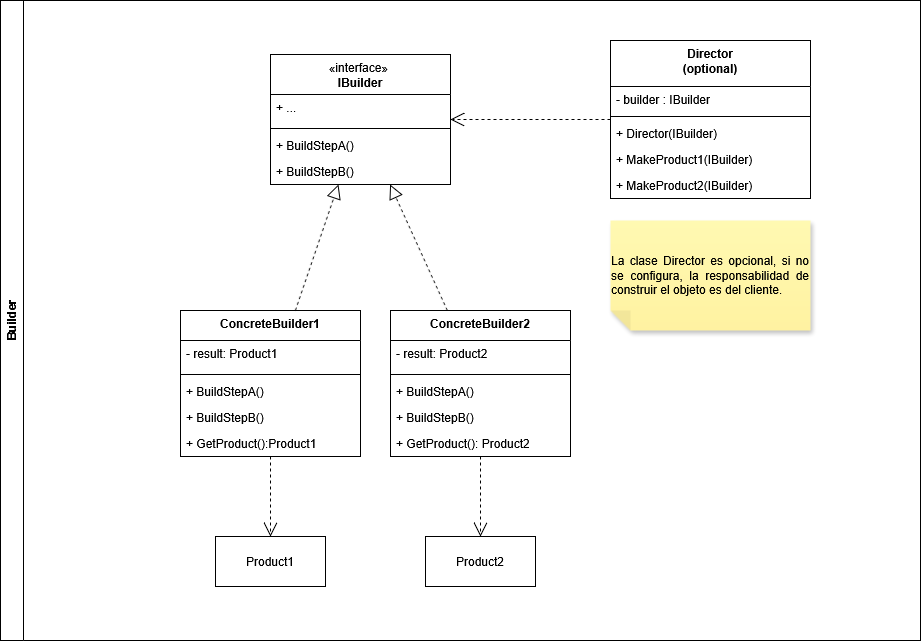
Above: creationals/resources/builder_components.drawio.png in devgalop/design-patterns-csharp (draw.io), before the change. Source tidied: cells renumbered, new cells last; positions are measured from the earlier drawing's top-left corner, leaving out a move shared by most shapes. Its diagram source:
```xml
<mxGraphModel>
  <root>
    <mxCell id="0" />
    <mxCell id="1" parent="0" />
    <mxCell id="2" value="Builder" style="swimlane;horizontal=0;whiteSpace=wrap;html=1;" parent="1" vertex="1">
      <mxGeometry width="920" height="640" as="geometry" />
    </mxCell>
    <mxCell id="3" value="Director&lt;br&gt;(optional)" style="swimlane;fontStyle=1;align=center;verticalAlign=top;horizontal=1;startSize=46;whiteSpace=wrap;html=1;" parent="2" vertex="1">
      <mxGeometry x="610" y="40" width="200" height="158" as="geometry" />
    </mxCell>
    <mxCell id="4" value="- builder : IBuilder" style="text;strokeColor=none;fillColor=none;align=left;verticalAlign=top;spacingLeft=4;spacingRight=4;overflow=hidden;whiteSpace=wrap;html=1;" parent="3" vertex="1">
      <mxGeometry y="46" width="200" height="26" as="geometry" />
    </mxCell>
    <mxCell id="5" style="line;strokeWidth=1;fillColor=none;align=left;verticalAlign=middle;spacingTop=-1;spacingLeft=3;spacingRight=3;labelPosition=right;strokeColor=inherit;" parent="3" vertex="1">
      <mxGeometry y="72" width="200" height="8" as="geometry" />
    </mxCell>
    <mxCell id="6" value="+ Director(IBuilder)" style="text;strokeColor=none;fillColor=none;align=left;verticalAlign=top;spacingLeft=4;spacingRight=4;overflow=hidden;whiteSpace=wrap;html=1;" parent="3" vertex="1">
      <mxGeometry y="80" width="200" height="26" as="geometry" />
    </mxCell>
    <mxCell id="7" value="+ MakeProduct1(IBuilder)" style="text;strokeColor=none;fillColor=none;align=left;verticalAlign=top;spacingLeft=4;spacingRight=4;overflow=hidden;whiteSpace=wrap;html=1;" parent="3" vertex="1">
      <mxGeometry y="106" width="200" height="26" as="geometry" />
    </mxCell>
    <mxCell id="8" value="+ MakeProduct2(IBuilder)" style="text;strokeColor=none;fillColor=none;align=left;verticalAlign=top;spacingLeft=4;spacingRight=4;overflow=hidden;whiteSpace=wrap;html=1;" parent="3" vertex="1">
      <mxGeometry y="132" width="200" height="26" as="geometry" />
    </mxCell>
    <mxCell id="9" value="ConcreteBuilder1" style="swimlane;fontStyle=1;align=center;verticalAlign=top;horizontal=1;startSize=30;whiteSpace=wrap;html=1;" parent="2" vertex="1">
      <mxGeometry x="180" y="310" width="180" height="146" as="geometry" />
    </mxCell>
    <mxCell id="10" value="- result: Product1" style="text;strokeColor=none;fillColor=none;align=left;verticalAlign=top;spacingLeft=4;spacingRight=4;overflow=hidden;whiteSpace=wrap;html=1;" parent="9" vertex="1">
      <mxGeometry y="30" width="180" height="30" as="geometry" />
    </mxCell>
    <mxCell id="11" style="line;strokeWidth=1;fillColor=none;align=left;verticalAlign=middle;spacingTop=-1;spacingLeft=3;spacingRight=3;labelPosition=right;strokeColor=inherit;" parent="9" vertex="1">
      <mxGeometry y="60" width="180" height="8" as="geometry" />
    </mxCell>
    <mxCell id="12" value="+ BuildStepA()" style="text;strokeColor=none;fillColor=none;align=left;verticalAlign=top;spacingLeft=4;spacingRight=4;overflow=hidden;whiteSpace=wrap;html=1;" parent="9" vertex="1">
      <mxGeometry y="68" width="180" height="26" as="geometry" />
    </mxCell>
    <mxCell id="13" value="+ BuildStepB()" style="text;strokeColor=none;fillColor=none;align=left;verticalAlign=top;spacingLeft=4;spacingRight=4;overflow=hidden;whiteSpace=wrap;html=1;" parent="9" vertex="1">
      <mxGeometry y="94" width="180" height="26" as="geometry" />
    </mxCell>
    <mxCell id="14" value="+ GetProduct():Product1" style="text;strokeColor=none;fillColor=none;align=left;verticalAlign=top;spacingLeft=4;spacingRight=4;overflow=hidden;whiteSpace=wrap;html=1;" parent="9" vertex="1">
      <mxGeometry y="120" width="180" height="26" as="geometry" />
    </mxCell>
    <mxCell id="15" value="&lt;span style=&quot;font-weight: normal;&quot;&gt;«interface»&amp;nbsp;&lt;br&gt;&lt;b&gt;IBuilder&lt;/b&gt;&lt;/span&gt;" style="swimlane;fontStyle=1;align=center;verticalAlign=top;horizontal=1;startSize=40;whiteSpace=wrap;html=1;" parent="2" vertex="1">
      <mxGeometry x="270" y="54" width="180" height="130" as="geometry" />
    </mxCell>
    <mxCell id="16" value="+ ..." style="text;strokeColor=none;fillColor=none;align=left;verticalAlign=top;spacingLeft=4;spacingRight=4;overflow=hidden;whiteSpace=wrap;html=1;" parent="15" vertex="1">
      <mxGeometry y="40" width="180" height="30" as="geometry" />
    </mxCell>
    <mxCell id="17" style="line;strokeWidth=1;fillColor=none;align=left;verticalAlign=middle;spacingTop=-1;spacingLeft=3;spacingRight=3;labelPosition=right;strokeColor=inherit;" parent="15" vertex="1">
      <mxGeometry y="70" width="180" height="8" as="geometry" />
    </mxCell>
    <mxCell id="18" value="+ BuildStepA()" style="text;strokeColor=none;fillColor=none;align=left;verticalAlign=top;spacingLeft=4;spacingRight=4;overflow=hidden;whiteSpace=wrap;html=1;" parent="15" vertex="1">
      <mxGeometry y="78" width="180" height="26" as="geometry" />
    </mxCell>
    <mxCell id="19" value="+ BuildStepB()" style="text;strokeColor=none;fillColor=none;align=left;verticalAlign=top;spacingLeft=4;spacingRight=4;overflow=hidden;whiteSpace=wrap;html=1;" parent="15" vertex="1">
      <mxGeometry y="104" width="180" height="26" as="geometry" />
    </mxCell>
    <mxCell id="20" style="endArrow=block;dashed=1;endFill=0;endSize=12;html=1;rounded=0;" parent="2" edge="1" source="9" target="15">
      <mxGeometry relative="1" as="geometry" />
    </mxCell>
    <mxCell id="21" style="endArrow=block;dashed=1;endFill=0;endSize=12;html=1;rounded=0;" parent="2" edge="1" source="23" target="15">
      <mxGeometry relative="1" as="geometry" />
    </mxCell>
    <mxCell id="22" style="endArrow=open;endSize=12;dashed=1;html=1;rounded=0;" parent="2" edge="1" source="23" target="30">
      <mxGeometry relative="1" as="geometry" />
    </mxCell>
    <mxCell id="23" value="&lt;div&gt;ConcreteBuilder2&lt;/div&gt;" style="swimlane;fontStyle=1;align=center;verticalAlign=top;horizontal=1;startSize=30;whiteSpace=wrap;html=1;" parent="2" vertex="1">
      <mxGeometry x="390" y="310" width="180" height="146" as="geometry" />
    </mxCell>
    <mxCell id="24" value="- result: Product2" style="text;strokeColor=none;fillColor=none;align=left;verticalAlign=top;spacingLeft=4;spacingRight=4;overflow=hidden;whiteSpace=wrap;html=1;" parent="23" vertex="1">
      <mxGeometry y="30" width="180" height="30" as="geometry" />
    </mxCell>
    <mxCell id="25" style="line;strokeWidth=1;fillColor=none;align=left;verticalAlign=middle;spacingTop=-1;spacingLeft=3;spacingRight=3;labelPosition=right;strokeColor=inherit;" parent="23" vertex="1">
      <mxGeometry y="60" width="180" height="8" as="geometry" />
    </mxCell>
    <mxCell id="26" value="+ BuildStepA()" style="text;strokeColor=none;fillColor=none;align=left;verticalAlign=top;spacingLeft=4;spacingRight=4;overflow=hidden;whiteSpace=wrap;html=1;" parent="23" vertex="1">
      <mxGeometry y="68" width="180" height="26" as="geometry" />
    </mxCell>
    <mxCell id="27" value="+ BuildStepB()" style="text;strokeColor=none;fillColor=none;align=left;verticalAlign=top;spacingLeft=4;spacingRight=4;overflow=hidden;whiteSpace=wrap;html=1;" parent="23" vertex="1">
      <mxGeometry y="94" width="180" height="26" as="geometry" />
    </mxCell>
    <mxCell id="28" value="+ GetProduct(): Product2" style="text;strokeColor=none;fillColor=none;align=left;verticalAlign=top;spacingLeft=4;spacingRight=4;overflow=hidden;whiteSpace=wrap;html=1;" parent="23" vertex="1">
      <mxGeometry y="120" width="180" height="26" as="geometry" />
    </mxCell>
    <mxCell id="29" value="Product1" style="html=1;whiteSpace=wrap;" parent="2" vertex="1">
      <mxGeometry x="215" y="536" width="110" height="50" as="geometry" />
    </mxCell>
    <mxCell id="30" value="Product2" style="html=1;whiteSpace=wrap;" parent="2" vertex="1">
      <mxGeometry x="425" y="536" width="110" height="50" as="geometry" />
    </mxCell>
    <mxCell id="31" style="endArrow=open;endSize=12;dashed=1;html=1;rounded=0;" parent="2" edge="1" source="9" target="29">
      <mxGeometry relative="1" as="geometry" />
    </mxCell>
    <mxCell id="32" style="endArrow=open;endSize=12;dashed=1;html=1;rounded=0;" parent="2" edge="1" source="3" target="15">
      <mxGeometry relative="1" as="geometry" />
    </mxCell>
    <mxCell id="33" value="&lt;div align=&quot;justify&quot;&gt;La clase Director es opcional, si no se configura, la responsabilidad de construir el objeto es del cliente.&lt;/div&gt;" style="shape=note;whiteSpace=wrap;html=1;backgroundOutline=1;fontColor=#000000;darkOpacity=0.05;fillColor=#FFF9B2;strokeColor=none;fillStyle=solid;direction=west;gradientDirection=north;gradientColor=#FFF2A1;shadow=1;size=20;" parent="2" vertex="1">
      <mxGeometry x="610" y="220" width="200" height="110" as="geometry" />
    </mxCell>
  </root>
</mxGraphModel>
```
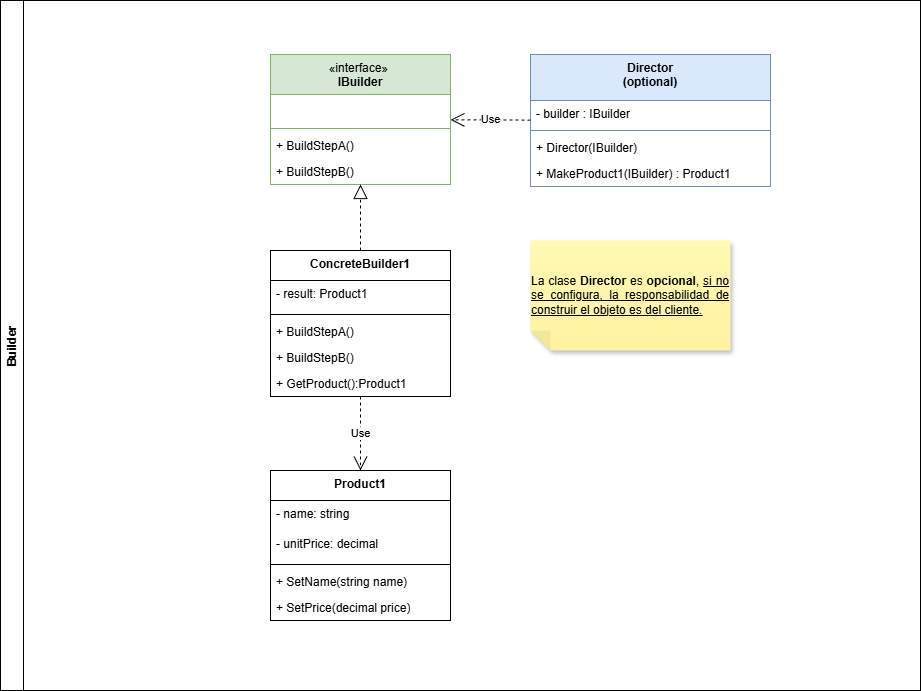
After the change.

Diff of the diagram source:
```diff
@@ -1,30 +1,27 @@
-<mxGraphModel>
+<mxGraphModel background="#ffffff">
   <root>
     <mxCell id="0" />
     <mxCell id="1" parent="0" />
     <mxCell id="2" value="Builder" style="swimlane;horizontal=0;whiteSpace=wrap;html=1;" parent="1" vertex="1">
-      <mxGeometry width="920" height="640" as="geometry" />
+      <mxGeometry width="920" height="690" as="geometry" />
     </mxCell>
-    <mxCell id="3" value="Director&lt;br&gt;(optional)" style="swimlane;fontStyle=1;align=center;verticalAlign=top;horizontal=1;startSize=46;whiteSpace=wrap;html=1;" parent="2" vertex="1">
-      <mxGeometry x="610" y="40" width="200" height="158" as="geometry" />
+    <mxCell id="3" value="Director&lt;br&gt;(optional)" style="swimlane;fontStyle=1;align=center;verticalAlign=top;horizontal=1;startSize=46;whiteSpace=wrap;html=1;fillColor=#dae8fc;strokeColor=#6c8ebf;" parent="2" vertex="1">
+      <mxGeometry x="530" y="54" width="240" height="132" as="geometry" />
     </mxCell>
     <mxCell id="4" value="- builder : IBuilder" style="text;strokeColor=none;fillColor=none;align=left;verticalAlign=top;spacingLeft=4;spacingRight=4;overflow=hidden;whiteSpace=wrap;html=1;" parent="3" vertex="1">
-      <mxGeometry y="46" width="200" height="26" as="geometry" />
+      <mxGeometry y="46" width="240" height="26" as="geometry" />
     </mxCell>
     <mxCell id="5" style="line;strokeWidth=1;fillColor=none;align=left;verticalAlign=middle;spacingTop=-1;spacingLeft=3;spacingRight=3;labelPosition=right;strokeColor=inherit;" parent="3" vertex="1">
-      <mxGeometry y="72" width="200" height="8" as="geometry" />
+      <mxGeometry y="72" width="240" height="8" as="geometry" />
     </mxCell>
     <mxCell id="6" value="+ Director(IBuilder)" style="text;strokeColor=none;fillColor=none;align=left;verticalAlign=top;spacingLeft=4;spacingRight=4;overflow=hidden;whiteSpace=wrap;html=1;" parent="3" vertex="1">
-      <mxGeometry y="80" width="200" height="26" as="geometry" />
+      <mxGeometry y="80" width="240" height="26" as="geometry" />
     </mxCell>
-    <mxCell id="7" value="+ MakeProduct1(IBuilder)" style="text;strokeColor=none;fillColor=none;align=left;verticalAlign=top;spacingLeft=4;spacingRight=4;overflow=hidden;whiteSpace=wrap;html=1;" parent="3" vertex="1">
-      <mxGeometry y="106" width="200" height="26" as="geometry" />
+    <mxCell id="7" value="+ MakeProduct1(IBuilder) : Product1" style="text;strokeColor=none;fillColor=none;align=left;verticalAlign=top;spacingLeft=4;spacingRight=4;overflow=hidden;whiteSpace=wrap;html=1;" parent="3" vertex="1">
+      <mxGeometry y="106" width="240" height="26" as="geometry" />
     </mxCell>
-    <mxCell id="8" value="+ MakeProduct2(IBuilder)" style="text;strokeColor=none;fillColor=none;align=left;verticalAlign=top;spacingLeft=4;spacingRight=4;overflow=hidden;whiteSpace=wrap;html=1;" parent="3" vertex="1">
-      <mxGeometry y="132" width="200" height="26" as="geometry" />
-    </mxCell>
     <mxCell id="9" value="ConcreteBuilder1" style="swimlane;fontStyle=1;align=center;verticalAlign=top;horizontal=1;startSize=30;whiteSpace=wrap;html=1;" parent="2" vertex="1">
-      <mxGeometry x="180" y="310" width="180" height="146" as="geometry" />
+      <mxGeometry x="270" y="250" width="180" height="146" as="geometry" />
     </mxCell>
     <mxCell id="10" value="- result: Product1" style="text;strokeColor=none;fillColor=none;align=left;verticalAlign=top;spacingLeft=4;spacingRight=4;overflow=hidden;whiteSpace=wrap;html=1;" parent="9" vertex="1">
       <mxGeometry y="30" width="180" height="30" as="geometry" />
@@ -41,10 +38,10 @@
     <mxCell id="14" value="+ GetProduct():Product1" style="text;strokeColor=none;fillColor=none;align=left;verticalAlign=top;spacingLeft=4;spacingRight=4;overflow=hidden;whiteSpace=wrap;html=1;" parent="9" vertex="1">
       <mxGeometry y="120" width="180" height="26" as="geometry" />
     </mxCell>
-    <mxCell id="15" value="&lt;span style=&quot;font-weight: normal;&quot;&gt;«interface»&amp;nbsp;&lt;br&gt;&lt;b&gt;IBuilder&lt;/b&gt;&lt;/span&gt;" style="swimlane;fontStyle=1;align=center;verticalAlign=top;horizontal=1;startSize=40;whiteSpace=wrap;html=1;" parent="2" vertex="1">
+    <mxCell id="15" value="&lt;span style=&quot;font-weight: normal;&quot;&gt;«interface»&amp;nbsp;&lt;br&gt;&lt;b&gt;IBuilder&lt;/b&gt;&lt;/span&gt;" style="swimlane;fontStyle=1;align=center;verticalAlign=top;horizontal=1;startSize=40;whiteSpace=wrap;html=1;fillColor=#d5e8d4;strokeColor=#82b366;" parent="2" vertex="1">
       <mxGeometry x="270" y="54" width="180" height="130" as="geometry" />
     </mxCell>
-    <mxCell id="16" value="+ ..." style="text;strokeColor=none;fillColor=none;align=left;verticalAlign=top;spacingLeft=4;spacingRight=4;overflow=hidden;whiteSpace=wrap;html=1;" parent="15" vertex="1">
+    <mxCell id="16" value="&amp;nbsp;" style="text;strokeColor=none;fillColor=none;align=left;verticalAlign=top;spacingLeft=4;spacingRight=4;overflow=hidden;whiteSpace=wrap;html=1;" parent="15" vertex="1">
       <mxGeometry y="40" width="180" height="30" as="geometry" />
     </mxCell>
     <mxCell id="17" style="line;strokeWidth=1;fillColor=none;align=left;verticalAlign=middle;spacingTop=-1;spacingLeft=3;spacingRight=3;labelPosition=right;strokeColor=inherit;" parent="15" vertex="1">
@@ -56,47 +53,35 @@
     <mxCell id="19" value="+ BuildStepB()" style="text;strokeColor=none;fillColor=none;align=left;verticalAlign=top;spacingLeft=4;spacingRight=4;overflow=hidden;whiteSpace=wrap;html=1;" parent="15" vertex="1">
       <mxGeometry y="104" width="180" height="26" as="geometry" />
     </mxCell>
-    <mxCell id="20" style="endArrow=block;dashed=1;endFill=0;endSize=12;html=1;rounded=0;" parent="2" edge="1" source="9" target="15">
+    <mxCell id="20" style="endArrow=block;dashed=1;endFill=0;endSize=12;html=1;rounded=0;edgeStyle=orthogonalEdgeStyle;" parent="2" edge="1" source="9" target="15">
       <mxGeometry relative="1" as="geometry" />
     </mxCell>
-    <mxCell id="21" style="endArrow=block;dashed=1;endFill=0;endSize=12;html=1;rounded=0;" parent="2" edge="1" source="23" target="15">
-      <mxGeometry relative="1" as="geometry" />
-    </mxCell>
-    <mxCell id="22" style="endArrow=open;endSize=12;dashed=1;html=1;rounded=0;" parent="2" edge="1" source="23" target="30">
-      <mxGeometry relative="1" as="geometry" />
-    </mxCell>
-    <mxCell id="23" value="&lt;div&gt;ConcreteBuilder2&lt;/div&gt;" style="swimlane;fontStyle=1;align=center;verticalAlign=top;horizontal=1;startSize=30;whiteSpace=wrap;html=1;" parent="2" vertex="1">
-      <mxGeometry x="390" y="310" width="180" height="146" as="geometry" />
-    </mxCell>
-    <mxCell id="24" value="- result: Product2" style="text;strokeColor=none;fillColor=none;align=left;verticalAlign=top;spacingLeft=4;spacingRight=4;overflow=hidden;whiteSpace=wrap;html=1;" parent="23" vertex="1">
-      <mxGeometry y="30" width="180" height="30" as="geometry" />
-    </mxCell>
-    <mxCell id="25" style="line;strokeWidth=1;fillColor=none;align=left;verticalAlign=middle;spacingTop=-1;spacingLeft=3;spacingRight=3;labelPosition=right;strokeColor=inherit;" parent="23" vertex="1">
-      <mxGeometry y="60" width="180" height="8" as="geometry" />
-    </mxCell>
-    <mxCell id="26" value="+ BuildStepA()" style="text;strokeColor=none;fillColor=none;align=left;verticalAlign=top;spacingLeft=4;spacingRight=4;overflow=hidden;whiteSpace=wrap;html=1;" parent="23" vertex="1">
-      <mxGeometry y="68" width="180" height="26" as="geometry" />
-    </mxCell>
-    <mxCell id="27" value="+ BuildStepB()" style="text;strokeColor=none;fillColor=none;align=left;verticalAlign=top;spacingLeft=4;spacingRight=4;overflow=hidden;whiteSpace=wrap;html=1;" parent="23" vertex="1">
-      <mxGeometry y="94" width="180" height="26" as="geometry" />
-    </mxCell>
-    <mxCell id="28" value="+ GetProduct(): Product2" style="text;strokeColor=none;fillColor=none;align=left;verticalAlign=top;spacingLeft=4;spacingRight=4;overflow=hidden;whiteSpace=wrap;html=1;" parent="23" vertex="1">
-      <mxGeometry y="120" width="180" height="26" as="geometry" />
-    </mxCell>
+    <mxCell id="33" value="&lt;div align=&quot;justify&quot;&gt;La clase &lt;b&gt;Director &lt;/b&gt;es &lt;b&gt;opcional&lt;/b&gt;, &lt;u&gt;si no se configura, la responsabilidad de construir el objeto es del cliente.&lt;/u&gt;&lt;/div&gt;" style="shape=note;whiteSpace=wrap;html=1;backgroundOutline=1;fontColor=#000000;darkOpacity=0.05;fillColor=#FFF9B2;strokeColor=none;fillStyle=solid;direction=west;gradientDirection=north;gradientColor=#FFF2A1;shadow=1;size=20;" parent="2" vertex="1">
+      <mxGeometry x="530" y="240" width="200" height="110" as="geometry" />
+    </mxCell>
+    <mxCell id="32" value="Use" style="endArrow=open;endSize=12;dashed=1;html=1;" parent="2" edge="1" source="3" target="15">
+      <mxGeometry relative="1" as="geometry" />
+    </mxCell>
-    <mxCell id="29" value="Product1" style="html=1;whiteSpace=wrap;" parent="2" vertex="1">
-      <mxGeometry x="215" y="536" width="110" height="50" as="geometry" />
+    <mxCell id="29" value="Product1" style="swimlane;fontStyle=1;align=center;verticalAlign=top;horizontal=1;startSize=30;whiteSpace=wrap;html=1;" parent="2" vertex="1">
+      <mxGeometry x="270" y="470" width="180" height="150" as="geometry" />
     </mxCell>
-    <mxCell id="30" value="Product2" style="html=1;whiteSpace=wrap;" parent="2" vertex="1">
-      <mxGeometry x="425" y="536" width="110" height="50" as="geometry" />
-    </mxCell>
+    <mxCell id="34" value="- name: string" style="text;strokeColor=none;fillColor=none;align=left;verticalAlign=top;spacingLeft=4;spacingRight=4;overflow=hidden;whiteSpace=wrap;html=1;" parent="29" vertex="1">
+      <mxGeometry y="30" width="180" height="30" as="geometry" />
+    </mxCell>
+    <mxCell id="35" value="- unitPrice: decimal" style="text;strokeColor=none;fillColor=none;align=left;verticalAlign=top;spacingLeft=4;spacingRight=4;overflow=hidden;whiteSpace=wrap;html=1;" parent="29" vertex="1">
+      <mxGeometry y="60" width="180" height="30" as="geometry" />
+    </mxCell>
+    <mxCell id="36" style="line;strokeWidth=1;fillColor=none;align=left;verticalAlign=middle;spacingTop=-1;spacingLeft=3;spacingRight=3;labelPosition=right;strokeColor=inherit;" parent="29" vertex="1">
+      <mxGeometry y="90" width="180" height="8" as="geometry" />
+    </mxCell>
+    <mxCell id="37" value="+ SetName(string name)" style="text;strokeColor=none;fillColor=none;align=left;verticalAlign=top;spacingLeft=4;spacingRight=4;overflow=hidden;whiteSpace=wrap;html=1;" parent="29" vertex="1">
+      <mxGeometry y="98" width="180" height="26" as="geometry" />
+    </mxCell>
+    <mxCell id="38" value="+ SetPrice(decimal price)" style="text;strokeColor=none;fillColor=none;align=left;verticalAlign=top;spacingLeft=4;spacingRight=4;overflow=hidden;whiteSpace=wrap;html=1;" parent="29" vertex="1">
+      <mxGeometry y="124" width="180" height="26" as="geometry" />
+    </mxCell>
-    <mxCell id="31" style="endArrow=open;endSize=12;dashed=1;html=1;rounded=0;" parent="2" edge="1" source="9" target="29">
+    <mxCell id="31" value="Use" style="endArrow=open;endSize=12;dashed=1;html=1;" parent="2" edge="1" source="9" target="29">
       <mxGeometry relative="1" as="geometry" />
     </mxCell>
-    <mxCell id="32" style="endArrow=open;endSize=12;dashed=1;html=1;rounded=0;" parent="2" edge="1" source="3" target="15">
-      <mxGeometry relative="1" as="geometry" />
-    </mxCell>
-    <mxCell id="33" value="&lt;div align=&quot;justify&quot;&gt;La clase Director es opcional, si no se configura, la responsabilidad de construir el objeto es del cliente.&lt;/div&gt;" style="shape=note;whiteSpace=wrap;html=1;backgroundOutline=1;fontColor=#000000;darkOpacity=0.05;fillColor=#FFF9B2;strokeColor=none;fillStyle=solid;direction=west;gradientDirection=north;gradientColor=#FFF2A1;shadow=1;size=20;" parent="2" vertex="1">
-      <mxGeometry x="610" y="220" width="200" height="110" as="geometry" />
-    </mxCell>
   </root>
 </mxGraphModel>
```
